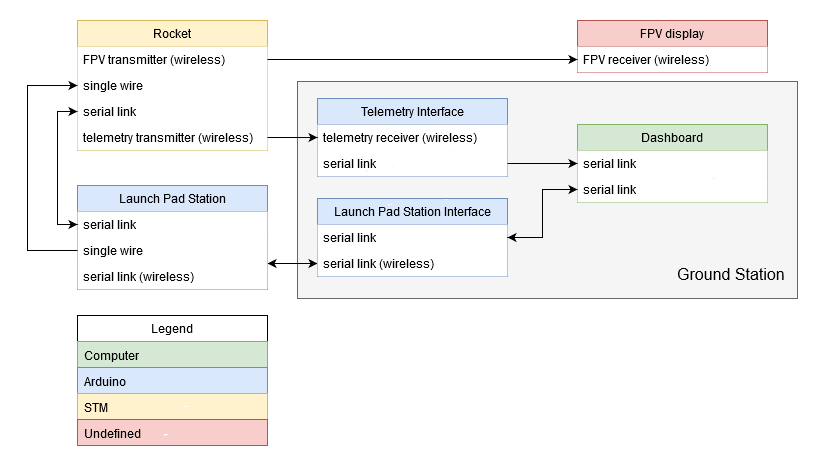
Earlier version of the draw.io export doc/diagrams/data_links.png (aesirkth/ground-control). Source tidied: cells renumbered, new cells last; positions are measured from the earlier drawing's top-left corner, leaving out a move shared by most shapes.
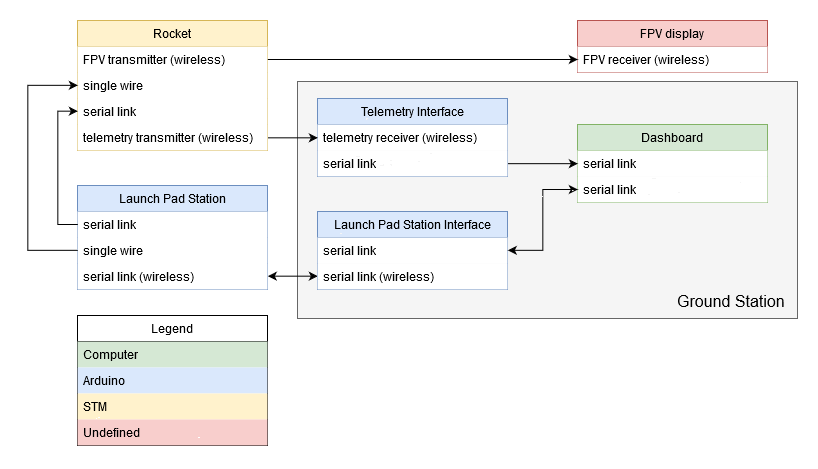
The same diagram one commit later.

Commit message:
doc: small fixes to data link diagram

The edit, as a diff of the source:
```diff
@@ -3,7 +3,7 @@
     <mxCell id="0" />
     <mxCell id="1" parent="0" />
     <mxCell id="2" style="rounded=0;whiteSpace=wrap;html=1;fillColor=#f5f5f5;strokeColor=#666666;fontColor=#333333;" parent="1" vertex="1">
-      <mxGeometry x="270" y="61" width="500" height="217" as="geometry" />
+      <mxGeometry x="270" y="61" width="500" height="237" as="geometry" />
     </mxCell>
     <mxCell id="3" value="Rocket" style="swimlane;fontStyle=0;horizontal=1;startSize=26;fillColor=#fff2cc;strokeColor=#d6b656;" parent="1" vertex="1">
       <mxGeometry x="50" width="190" height="130" as="geometry" />
@@ -20,7 +20,7 @@
     <mxCell id="7" value="telemetry transmitter (wireless)" style="text;strokeColor=none;fillColor=#ffffff;align=left;verticalAlign=top;spacingLeft=4;spacingRight=4;overflow=hidden;points=[[0,0.5],[1,0.5]];portConstraint=eastwest;" parent="3" vertex="1">
       <mxGeometry y="104" width="190" height="26" as="geometry" />
     </mxCell>
-    <mxCell id="8" style="edgeStyle=orthogonalEdgeStyle;rounded=0;jettySize=auto;html=1;exitX=1;exitY=0.75;exitDx=0;exitDy=0;entryX=0;entryY=0.5;entryDx=0;entryDy=0;startArrow=classic;startFill=1;" parent="1" edge="1" source="9" target="23">
+    <mxCell id="8" style="edgeStyle=orthogonalEdgeStyle;rounded=0;jettySize=auto;html=1;exitX=1;exitY=0.5;exitDx=0;exitDy=0;entryX=0;entryY=0.5;entryDx=0;entryDy=0;startArrow=classic;startFill=1;" parent="1" edge="1" source="12" target="23">
       <mxGeometry relative="1" as="geometry" />
     </mxCell>
     <mxCell id="9" value="Launch Pad Station" style="swimlane;fontStyle=0;horizontal=1;startSize=26;fillColor=#dae8fc;strokeColor=#6c8ebf;" parent="1" vertex="1">
@@ -35,7 +35,7 @@
     <mxCell id="12" value="serial link (wireless)&#10;" style="text;strokeColor=none;fillColor=#ffffff;align=left;verticalAlign=top;spacingLeft=4;spacingRight=4;overflow=hidden;points=[[0,0.5],[1,0.5]];portConstraint=eastwest;" parent="9" vertex="1">
       <mxGeometry y="78" width="190" height="26" as="geometry" />
     </mxCell>
-    <mxCell id="13" style="edgeStyle=orthogonalEdgeStyle;rounded=0;jettySize=auto;html=1;exitX=0;exitY=0.5;exitDx=0;exitDy=0;entryX=0;entryY=0.5;entryDx=0;entryDy=0;startArrow=classic;startFill=1;" parent="1" edge="1" source="10" target="6">
+    <mxCell id="13" style="edgeStyle=orthogonalEdgeStyle;rounded=0;jettySize=auto;html=1;exitX=0;exitY=0.5;exitDx=0;exitDy=0;entryX=0;entryY=0.5;entryDx=0;entryDy=0;startArrow=none;startFill=0;endArrow=classic;endFill=1;" parent="1" edge="1" source="10" target="6">
       <mxGeometry relative="1" as="geometry" />
     </mxCell>
     <mxCell id="14" style="edgeStyle=orthogonalEdgeStyle;rounded=0;jettySize=auto;html=1;exitX=0;exitY=0.5;exitDx=0;exitDy=0;entryX=0;entryY=0.5;entryDx=0;entryDy=0;" parent="1" edge="1" source="11" target="5">
@@ -65,7 +65,7 @@
       <mxGeometry y="52" width="190" height="26" as="geometry" />
     </mxCell>
     <mxCell id="21" value="Launch Pad Station Interface" style="swimlane;fontStyle=0;horizontal=1;startSize=26;fillColor=#dae8fc;strokeColor=#6c8ebf;" parent="1" vertex="1">
-      <mxGeometry x="290" y="178" width="190" height="78" as="geometry" />
+      <mxGeometry x="290" y="191" width="190" height="78" as="geometry" />
     </mxCell>
     <mxCell id="22" value="serial link" style="text;strokeColor=none;fillColor=#ffffff;align=left;verticalAlign=top;spacingLeft=4;spacingRight=4;overflow=hidden;points=[[0,0.5],[1,0.5]];portConstraint=eastwest;" parent="21" vertex="1">
       <mxGeometry y="26" width="190" height="26" as="geometry" />
@@ -94,20 +94,20 @@
     <mxCell id="30" value="Legend" style="swimlane;fontStyle=0;horizontal=1;startSize=26;strokeColor=#000000;" parent="1" vertex="1">
       <mxGeometry x="50" y="295" width="190" height="130" as="geometry" />
     </mxCell>
-    <mxCell id="31" value="Computer" style="text;strokeColor=#82b366;fillColor=#d5e8d4;align=left;verticalAlign=top;spacingLeft=4;spacingRight=4;overflow=hidden;" parent="30" vertex="1">
+    <mxCell id="31" value="Computer" style="text;strokeColor=none;fillColor=#d5e8d4;align=left;verticalAlign=top;spacingLeft=4;spacingRight=4;overflow=hidden;" parent="30" vertex="1">
       <mxGeometry y="26" width="190" height="26" as="geometry" />
     </mxCell>
-    <mxCell id="32" value="Arduino" style="text;strokeColor=#6c8ebf;fillColor=#dae8fc;align=left;verticalAlign=top;spacingLeft=4;spacingRight=4;overflow=hidden;" parent="30" vertex="1">
+    <mxCell id="32" value="Arduino" style="text;strokeColor=none;fillColor=#dae8fc;align=left;verticalAlign=top;spacingLeft=4;spacingRight=4;overflow=hidden;" parent="30" vertex="1">
       <mxGeometry y="52" width="190" height="26" as="geometry" />
     </mxCell>
-    <mxCell id="33" value="STM" style="text;strokeColor=#d6b656;fillColor=#fff2cc;align=left;verticalAlign=top;spacingLeft=4;spacingRight=4;overflow=hidden;" parent="30" vertex="1">
+    <mxCell id="33" value="STM" style="text;strokeColor=none;fillColor=#fff2cc;align=left;verticalAlign=top;spacingLeft=4;spacingRight=4;overflow=hidden;" parent="30" vertex="1">
       <mxGeometry y="78" width="190" height="26" as="geometry" />
     </mxCell>
-    <mxCell id="34" value="Undefined" style="text;strokeColor=#b85450;fillColor=#f8cecc;align=left;verticalAlign=top;spacingLeft=4;spacingRight=4;overflow=hidden;" parent="30" vertex="1">
+    <mxCell id="34" value="Undefined" style="text;strokeColor=none;fillColor=#f8cecc;align=left;verticalAlign=top;spacingLeft=4;spacingRight=4;overflow=hidden;" parent="30" vertex="1">
       <mxGeometry y="104" width="190" height="26" as="geometry" />
     </mxCell>
     <mxCell id="35" value="Ground Station" style="text;html=1;align=left;verticalAlign=top;spacingTop=-4;fontSize=16;" parent="1" vertex="1">
-      <mxGeometry x="648" y="244" width="90" height="20" as="geometry" />
+      <mxGeometry x="648" y="271" width="90" height="20" as="geometry" />
     </mxCell>
   </root>
 </mxGraphModel>
```
